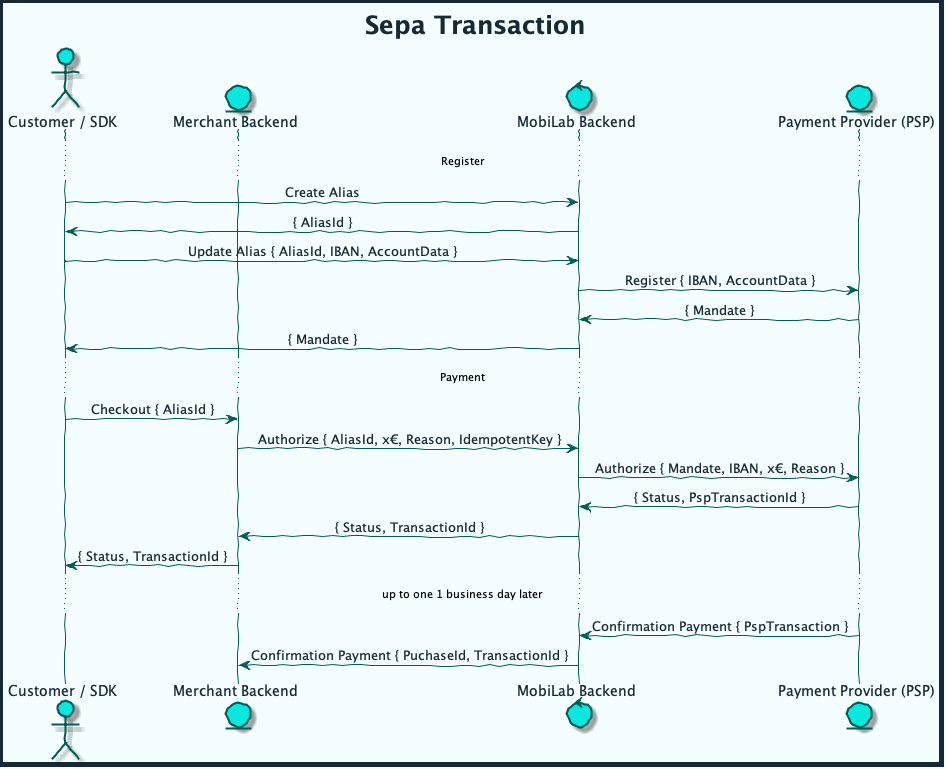
This is diagrams/out/sepa_transaction.png from mobilabsolutions/stash-sdk-wiki, a PlantUML export, as it was before one commit.
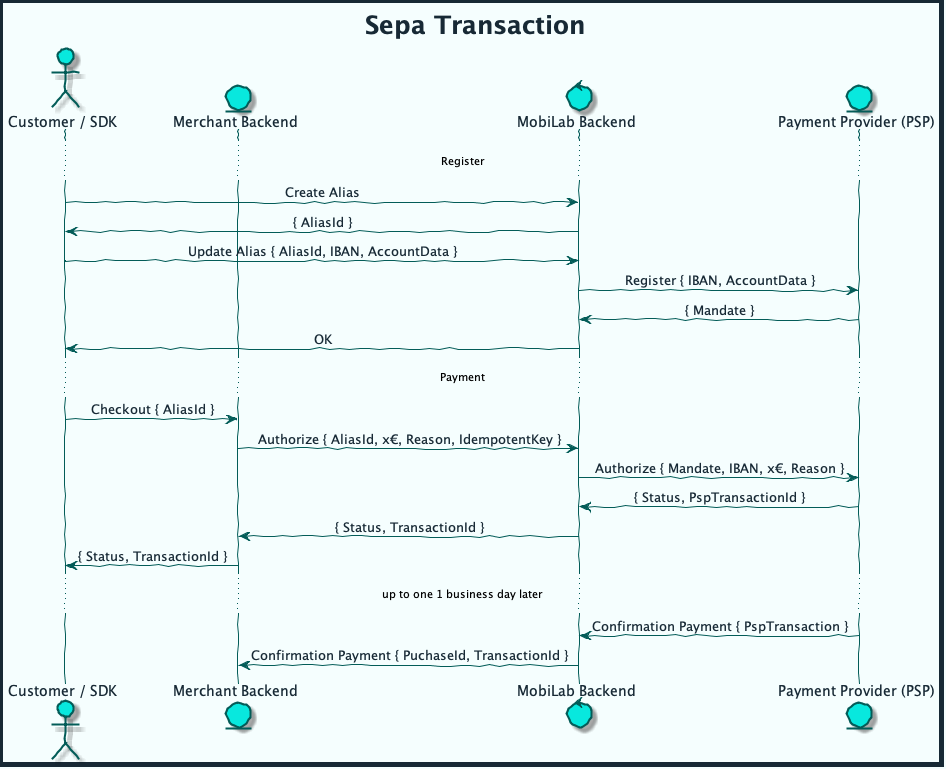
The same file after the commit.

The edit, as a diff of the source:
```diff
@@ -61,7 +61,7 @@
 MBE -> PSP: Register { IBAN, AccountData }
 PSP -> MBE: { Mandate }
 
-MBE -> User: { Mandate }
+MBE -> User: OK
 
 ... Payment ...
 User -> MEC: Checkout { AliasId }
```
